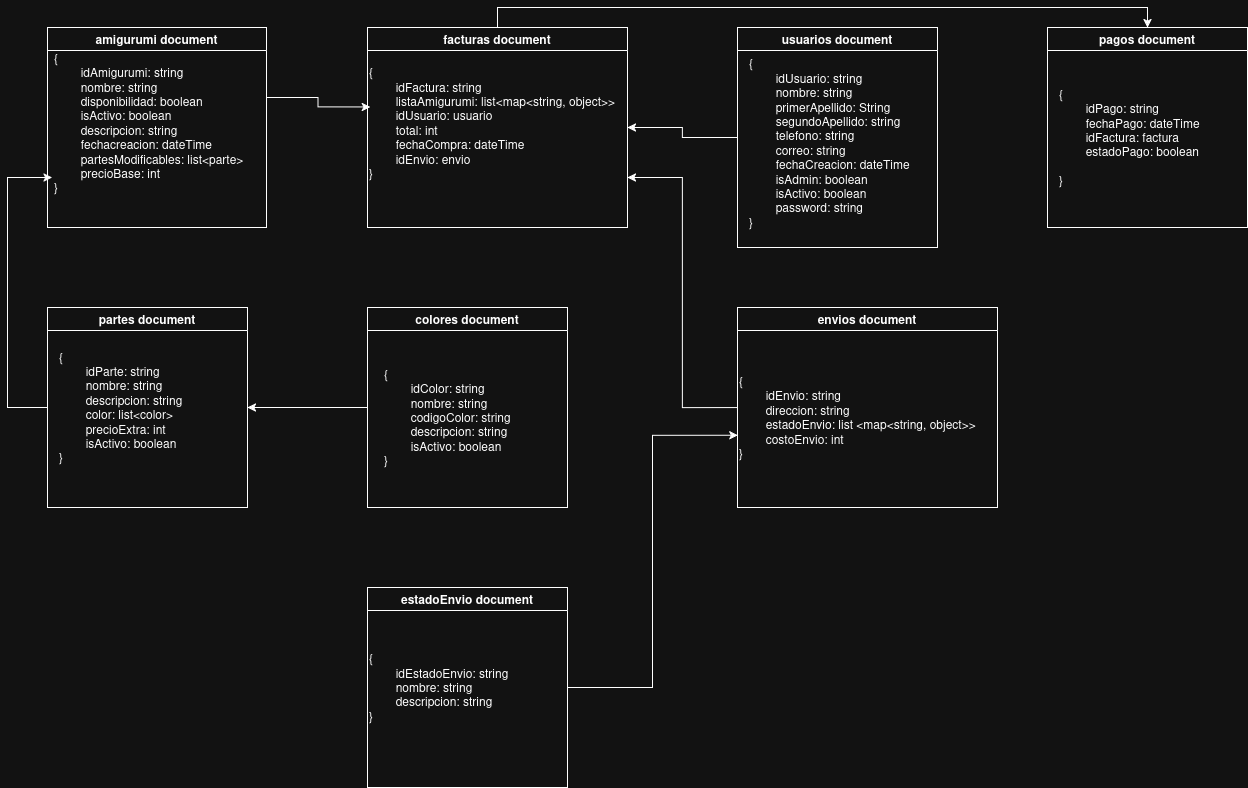
Above: Documentation/Imagenes/DB Camigurumis.png in CarlosOrtizContreras/Camigurumis (draw.io), before the change. Source tidied: cells renumbered, new cells last; positions are measured from the earlier drawing's top-left corner, leaving out a move shared by most shapes.
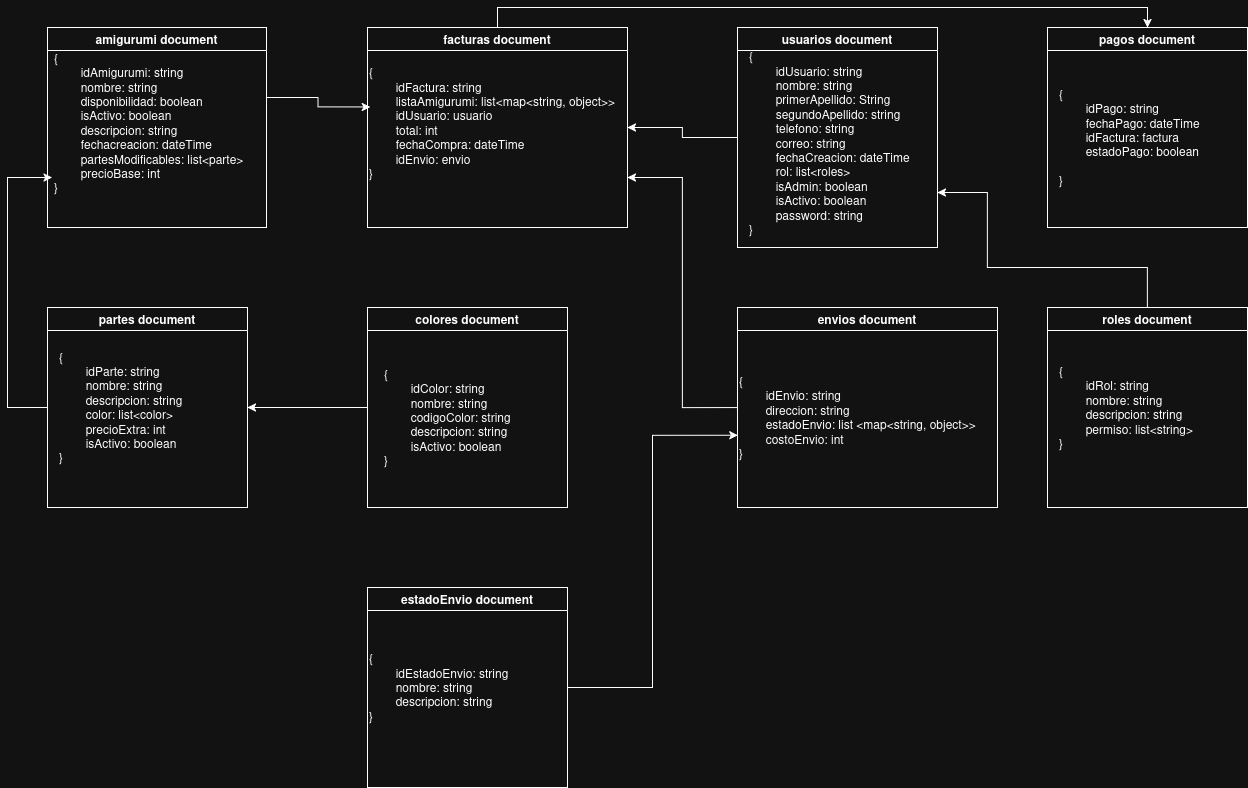
The same diagram one commit later.

Diff of the diagram source:
```diff
@@ -8,7 +8,7 @@
     <mxCell id="3" value="usuarios document" style="swimlane;" parent="1" vertex="1">
       <mxGeometry x="730" width="200" height="220" as="geometry" />
     </mxCell>
-    <mxCell id="4" value="&lt;div align=&quot;left&quot;&gt;{&lt;/div&gt;&lt;div align=&quot;left&quot;&gt;&lt;span style=&quot;white-space: pre;&quot;&gt;&#9;&lt;/span&gt;idUsuario: string&amp;nbsp;&lt;/div&gt;&lt;div align=&quot;left&quot;&gt;&lt;span style=&quot;white-space: pre;&quot;&gt;&#9;&lt;/span&gt;nombre: string&lt;/div&gt;&lt;div align=&quot;left&quot;&gt;&lt;span style=&quot;white-space: pre;&quot;&gt;&#9;&lt;/span&gt;primerApellido: String&lt;/div&gt;&lt;div align=&quot;left&quot;&gt;&lt;span style=&quot;white-space: pre;&quot;&gt;&#9;&lt;/span&gt;segundoApellido: string&lt;/div&gt;&lt;div align=&quot;left&quot;&gt;&lt;span style=&quot;white-space: pre;&quot;&gt;&#9;&lt;/span&gt;telefono: string&lt;/div&gt;&lt;div align=&quot;left&quot;&gt;&lt;span style=&quot;white-space: pre;&quot;&gt;&#9;&lt;/span&gt;correo: string&lt;/div&gt;&lt;div align=&quot;left&quot;&gt;&lt;span style=&quot;white-space: pre;&quot;&gt;&#9;&lt;/span&gt;fechaCreacion: dateTime&lt;/div&gt;&lt;div align=&quot;left&quot;&gt;&lt;span style=&quot;white-space: pre;&quot;&gt;&#9;&lt;/span&gt;isAdmin: boolean&lt;/div&gt;&lt;div align=&quot;left&quot;&gt;&lt;span style=&quot;white-space: pre;&quot;&gt;&#9;isActivo: boolean&lt;/span&gt;&lt;/div&gt;&lt;div align=&quot;left&quot;&gt;&lt;span style=&quot;white-space: pre;&quot;&gt;&lt;span style=&quot;white-space: pre;&quot;&gt;&#9;password: string&lt;/span&gt;&lt;/span&gt;&lt;/div&gt;&lt;div align=&quot;left&quot;&gt;}&lt;/div&gt;&lt;div&gt;&lt;br&gt;&lt;/div&gt;&lt;div&gt;&lt;br&gt;&lt;/div&gt;" style="text;html=1;whiteSpace=wrap;strokeColor=none;fillColor=none;align=left;verticalAlign=middle;rounded=0;" parent="3" vertex="1">
+    <mxCell id="4" value="&lt;div align=&quot;left&quot;&gt;{&lt;/div&gt;&lt;div align=&quot;left&quot;&gt;&lt;span style=&quot;white-space: pre;&quot;&gt;&#9;&lt;/span&gt;idUsuario: string&amp;nbsp;&lt;/div&gt;&lt;div align=&quot;left&quot;&gt;&lt;span style=&quot;white-space: pre;&quot;&gt;&#9;&lt;/span&gt;nombre: string&lt;/div&gt;&lt;div align=&quot;left&quot;&gt;&lt;span style=&quot;white-space: pre;&quot;&gt;&#9;&lt;/span&gt;primerApellido: String&lt;/div&gt;&lt;div align=&quot;left&quot;&gt;&lt;span style=&quot;white-space: pre;&quot;&gt;&#9;&lt;/span&gt;segundoApellido: string&lt;/div&gt;&lt;div align=&quot;left&quot;&gt;&lt;span style=&quot;white-space: pre;&quot;&gt;&#9;&lt;/span&gt;telefono: string&lt;/div&gt;&lt;div align=&quot;left&quot;&gt;&lt;span style=&quot;white-space: pre;&quot;&gt;&#9;&lt;/span&gt;correo: string&lt;/div&gt;&lt;div align=&quot;left&quot;&gt;&lt;span style=&quot;white-space: pre;&quot;&gt;&#9;&lt;/span&gt;fechaCreacion: dateTime&lt;/div&gt;&lt;div align=&quot;left&quot;&gt;&lt;span style=&quot;white-space: pre;&quot;&gt;&#9;rol&lt;/span&gt;: list&amp;lt;roles&amp;gt;&lt;/div&gt;&lt;div align=&quot;left&quot;&gt;&lt;span style=&quot;white-space: pre;&quot;&gt;&#9;&lt;/span&gt;isAdmin: boolean&lt;/div&gt;&lt;div align=&quot;left&quot;&gt;&lt;span style=&quot;white-space: pre;&quot;&gt;&#9;isActivo: boolean&lt;/span&gt;&lt;/div&gt;&lt;div align=&quot;left&quot;&gt;&lt;span style=&quot;white-space: pre;&quot;&gt;&lt;span style=&quot;white-space: pre;&quot;&gt;&#9;password: string&lt;/span&gt;&lt;/span&gt;&lt;/div&gt;&lt;div align=&quot;left&quot;&gt;}&lt;/div&gt;&lt;div&gt;&lt;br&gt;&lt;/div&gt;&lt;div&gt;&lt;br&gt;&lt;/div&gt;" style="text;html=1;whiteSpace=wrap;strokeColor=none;fillColor=none;align=left;verticalAlign=middle;rounded=0;" parent="3" vertex="1">
       <mxGeometry x="10" y="60" width="180" height="140" as="geometry" />
     </mxCell>
     <mxCell id="5" value="amigurumi document" style="swimlane;" parent="1" vertex="1">
@@ -78,5 +78,20 @@
     <mxCell id="24" value="&lt;div&gt;{&lt;/div&gt;&lt;div&gt;&lt;span style=&quot;white-space: pre;&quot;&gt;&#9;&lt;/span&gt;idPago: string&lt;/div&gt;&lt;div&gt;&lt;span style=&quot;white-space: pre;&quot;&gt;&#9;&lt;/span&gt;fechaPago: dateTime&lt;/div&gt;&lt;div&gt;&lt;span style=&quot;white-space: pre;&quot;&gt;&#9;&lt;/span&gt;idFactura: factura&lt;/div&gt;&lt;div&gt;&lt;span style=&quot;white-space: pre;&quot;&gt;&#9;&lt;/span&gt;estadoPago: boolean&lt;/div&gt;&lt;div&gt;&lt;span style=&quot;white-space: pre;&quot;&gt;&#9;&lt;/span&gt;&lt;br&gt;&lt;/div&gt;&lt;div&gt;}&lt;/div&gt;" style="text;html=1;whiteSpace=wrap;strokeColor=none;fillColor=none;align=left;verticalAlign=middle;rounded=0;" parent="1" vertex="1">
       <mxGeometry x="1050" y="30" width="180" height="160" as="geometry" />
     </mxCell>
+    <mxCell id="25" style="edgeStyle=orthogonalEdgeStyle;rounded=0;jettySize=auto;html=1;exitX=0.5;exitY=0;exitDx=0;exitDy=0;entryX=1;entryY=0.75;entryDx=0;entryDy=0;" parent="1" edge="1" source="26" target="3">
+      <mxGeometry relative="1" as="geometry">
+        <Array as="points">
+          <mxPoint x="1140" y="240" />
+          <mxPoint x="980" y="240" />
+          <mxPoint x="980" y="165" />
+        </Array>
+      </mxGeometry>
+    </mxCell>
+    <mxCell id="26" value="roles document" style="swimlane;whiteSpace=wrap;html=1;startSize=23;" parent="1" vertex="1">
+      <mxGeometry x="1040" y="280" width="200" height="200" as="geometry" />
+    </mxCell>
+    <mxCell id="27" value="&lt;div align=&quot;left&quot;&gt;{&lt;/div&gt;&lt;div align=&quot;left&quot;&gt;&lt;span style=&quot;white-space: pre;&quot;&gt;&#9;&lt;/span&gt;idRol: string&lt;/div&gt;&lt;div align=&quot;left&quot;&gt;&lt;span style=&quot;white-space: pre;&quot;&gt;&#9;&lt;/span&gt;nombre: string&lt;/div&gt;&lt;div align=&quot;left&quot;&gt;&lt;span style=&quot;white-space: pre;&quot;&gt;&#9;descripcion: string&lt;/span&gt;&lt;/div&gt;&lt;div align=&quot;left&quot;&gt;&lt;span style=&quot;white-space: pre;&quot;&gt;&lt;span style=&quot;white-space: pre;&quot;&gt;&#9;&lt;/span&gt;permiso: list&amp;lt;string&amp;gt;&lt;/span&gt;&lt;/div&gt;&lt;div align=&quot;left&quot;&gt;}&lt;/div&gt;" style="text;html=1;whiteSpace=wrap;strokeColor=none;fillColor=none;align=left;verticalAlign=middle;rounded=0;" parent="26" vertex="1">
+      <mxGeometry x="10" y="85" width="120" height="30" as="geometry" />
+    </mxCell>
   </root>
 </mxGraphModel>
```
